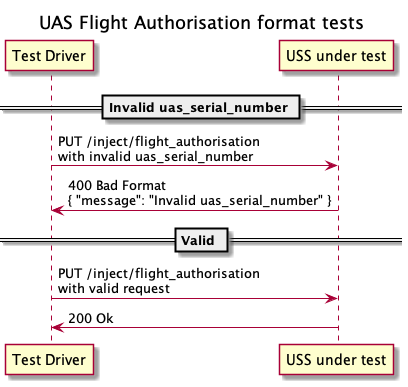
Before: interfaces/automated-testing/scd/design/format/uas_flight_authorization.png, a diagram exported from PlantUML (interuss/dss). The source it was exported from:
```plantuml
@startuml
title UAS Flight Authorisation format tests

participant "Test Driver" as TD
participant "USS under test" as USS

== Invalid uas_serial_number ==
TD -> USS: PUT /inject/flight_authorisation\nwith invalid uas_serial_number
TD <- USS: 400 Bad Format\n{ "message": "Invalid uas_serial_number" }

== Valid ==
TD -> USS: PUT /inject/flight_authorisation\nwith valid request
TD <- USS: 200 Ok
@enduml
```
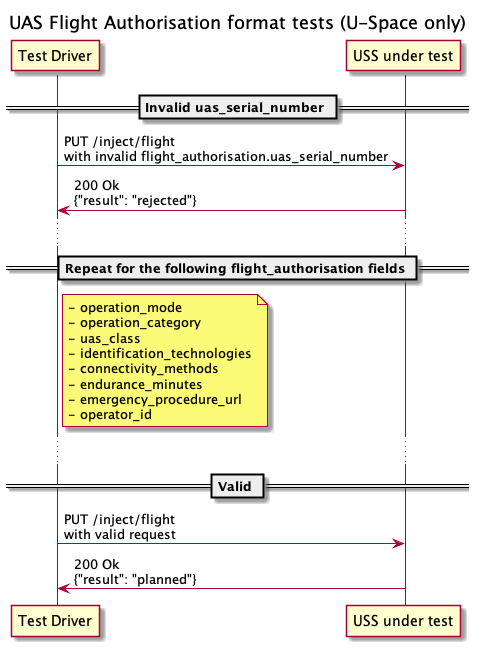
After the change.

Commit message:
[automated-testing/scd] Update pngs

Diff of the diagram source:
```diff
@@ -1,14 +1,30 @@
 @startuml
-title UAS Flight Authorisation format tests
+title UAS Flight Authorisation format tests (U-Space only)
 
 participant "Test Driver" as TD
 participant "USS under test" as USS
 
 == Invalid uas_serial_number ==
-TD -> USS: PUT /inject/flight_authorisation\nwith invalid uas_serial_number
-TD <- USS: 400 Bad Format\n{ "message": "Invalid uas_serial_number" }
+TD -> USS: PUT /inject/flight\nwith invalid flight_authorisation.uas_serial_number
+TD <- USS: 200 Ok\n{"result": "rejected"}
+
+...
+
+== Repeat for the following flight_authorisation fields ==
+note right of TD
+- operation_mode
+- operation_category
+- uas_class
+- identification_technologies
+- connectivity_methods
+- endurance_minutes
+- emergency_procedure_url
+- operator_id
+end note
+
+...
 
 == Valid ==
-TD -> USS: PUT /inject/flight_authorisation\nwith valid request
-TD <- USS: 200 Ok
+TD -> USS: PUT /inject/flight\nwith valid request
+TD <- USS: 200 Ok\n{"result": "planned"}
 @enduml
```
